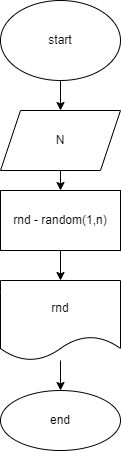
maximvita223/papka keeps this draw.io diagram as ex.drawio.png. Above is the earlier version. Source tidied: cells renumbered, new cells last; positions are measured from the earlier drawing's top-left corner, leaving out a move shared by most shapes. Its diagram source:
```xml
<mxGraphModel>
  <root>
    <mxCell id="0" />
    <mxCell id="1" parent="0" />
    <mxCell id="2" style="edgeStyle=none;html=1;" parent="1" edge="1" source="3" target="5">
      <mxGeometry relative="1" as="geometry" />
    </mxCell>
    <mxCell id="3" value="start" style="ellipse;whiteSpace=wrap;html=1;" parent="1" vertex="1">
      <mxGeometry width="120" height="80" as="geometry" />
    </mxCell>
    <mxCell id="4" style="edgeStyle=none;html=1;" parent="1" edge="1" source="5" target="7">
      <mxGeometry relative="1" as="geometry" />
    </mxCell>
    <mxCell id="5" value="N" style="shape=parallelogram;perimeter=parallelogramPerimeter;whiteSpace=wrap;html=1;fixedSize=1;" parent="1" vertex="1">
      <mxGeometry y="110" width="120" height="60" as="geometry" />
    </mxCell>
    <mxCell id="6" style="edgeStyle=none;html=1;" parent="1" edge="1" source="7" target="9">
      <mxGeometry relative="1" as="geometry" />
    </mxCell>
    <mxCell id="7" value="rnd - random(1,n)" style="whiteSpace=wrap;html=1;" parent="1" vertex="1">
      <mxGeometry y="190" width="120" height="60" as="geometry" />
    </mxCell>
    <mxCell id="8" style="edgeStyle=none;html=1;" parent="1" edge="1" source="9" target="10">
      <mxGeometry relative="1" as="geometry" />
    </mxCell>
    <mxCell id="9" value="rnd" style="shape=document;whiteSpace=wrap;html=1;boundedLbl=1;" parent="1" vertex="1">
      <mxGeometry y="280" width="120" height="80" as="geometry" />
    </mxCell>
    <mxCell id="10" value="end" style="ellipse;whiteSpace=wrap;html=1;" parent="1" vertex="1">
      <mxGeometry y="390" width="120" height="60" as="geometry" />
    </mxCell>
  </root>
</mxGraphModel>
```
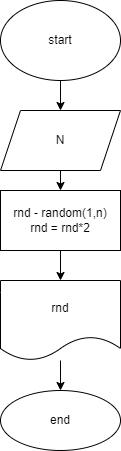
The same diagram one commit later.

Change to the diagram source:
```diff
@@ -17,7 +17,7 @@
     <mxCell id="6" style="edgeStyle=none;html=1;" parent="1" edge="1" source="7" target="9">
       <mxGeometry relative="1" as="geometry" />
     </mxCell>
-    <mxCell id="7" value="rnd - random(1,n)" style="whiteSpace=wrap;html=1;" parent="1" vertex="1">
+    <mxCell id="7" value="rnd - random(1,n)&lt;br&gt;rnd = rnd*2" style="whiteSpace=wrap;html=1;" parent="1" vertex="1">
       <mxGeometry y="190" width="120" height="60" as="geometry" />
     </mxCell>
     <mxCell id="8" style="edgeStyle=none;html=1;" parent="1" edge="1" source="9" target="10">
```
